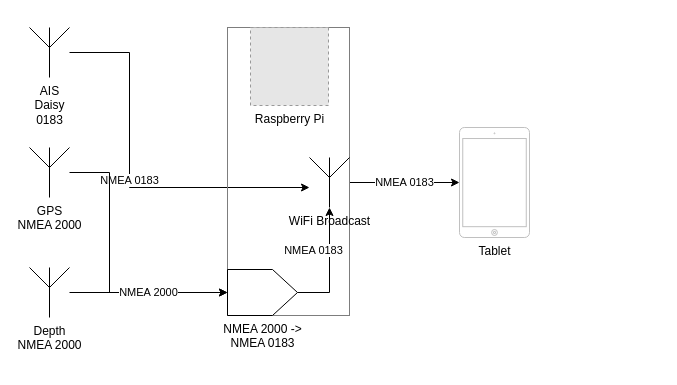
grevelle/BoatPi keeps this draw.io diagram as BoatPi.drawio. Above is the earlier version. Source tidied: cells renumbered, new cells numbered last; positions are measured from the earlier drawing's top-left corner, leaving out a move shared by most shapes. Both pictures are drawn from the tidied source at 100%, with x=0, y=0 at pixel (29, 27). Pictures stored in the file or linked from it are replaced by grey dashed boxes.
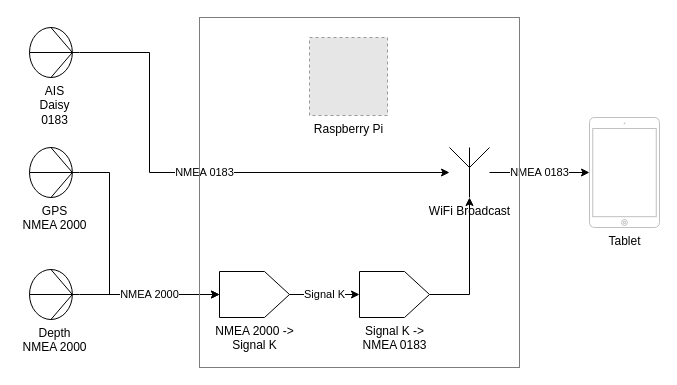
The same diagram, later.

What changed in the source:
```diff
@@
     <mxCell id="2" value="NMEA 0183" style="edgeStyle=orthogonalEdgeStyle;rounded=0;jettySize=auto;html=1;" parent="1" edge="1" source="3" target="13">
       <mxGeometry relative="1" as="geometry">
         <Array as="points">
-          <mxPoint x="100" y="25" />
-          <mxPoint x="100" y="160" />
+          <mxPoint x="120" y="25" />
+          <mxPoint x="120" y="145" />
         </Array>
       </mxGeometry>
     </mxCell>
-    <mxCell id="3" value="AIS&lt;br&gt;Daisy&lt;br&gt;0183&lt;br&gt;" style="verticalLabelPosition=bottom;shadow=0;dashed=0;align=center;html=1;verticalAlign=top;shape=mxgraph.electrical.radio.aerial_-_antenna_1;" parent="1" vertex="1">
-      <mxGeometry width="40" height="50" as="geometry" />
+    <mxCell id="3" value="AIS&lt;br&gt;Daisy&lt;br&gt;0183&lt;br&gt;" style="verticalLabelPosition=bottom;shadow=0;dashed=0;align=center;html=1;verticalAlign=top;shape=mxgraph.electrical.miscellaneous.transducer;fontFamily=Helvetica;fontSize=12;fontColor=#000000;strokeColor=#000000;fillColor=#ffffff;" parent="1" vertex="1">
+      <mxGeometry width="50" height="50" as="geometry" />
     </mxCell>
     <mxCell id="4" style="edgeStyle=orthogonalEdgeStyle;rounded=0;jettySize=auto;html=1;entryX=0;entryY=0.5;entryDx=0;entryDy=0;entryPerimeter=0;" parent="1" edge="1" source="5" target="12">
       <mxGeometry relative="1" as="geometry">
         <Array as="points">
           <mxPoint x="80" y="145" />
-          <mxPoint x="80" y="265" />
+          <mxPoint x="80" y="267" />
         </Array>
       </mxGeometry>
     </mxCell>
-    <mxCell id="5" value="GPS&lt;br&gt;NMEA 2000" style="verticalLabelPosition=bottom;shadow=0;dashed=0;align=center;html=1;verticalAlign=top;shape=mxgraph.electrical.radio.aerial_-_antenna_1;" parent="1" vertex="1">
-      <mxGeometry y="120" width="40" height="50" as="geometry" />
+    <mxCell id="5" value="GPS&lt;br&gt;NMEA 2000" style="verticalLabelPosition=bottom;shadow=0;dashed=0;align=center;html=1;verticalAlign=top;shape=mxgraph.electrical.miscellaneous.transducer;fontFamily=Helvetica;fontSize=12;fontColor=#000000;strokeColor=#000000;fillColor=#ffffff;" parent="1" vertex="1">
+      <mxGeometry y="120" width="50" height="50" as="geometry" />
     </mxCell>
-    <mxCell id="6" value="NMEA 2000" style="edgeStyle=orthogonalEdgeStyle;rounded=0;jettySize=auto;html=1;entryX=0;entryY=0.5;entryDx=0;entryDy=0;entryPerimeter=0;" parent="1" edge="1" source="7" target="12">
+    <mxCell id="6" value="NMEA 2000" style="edgeStyle=orthogonalEdgeStyle;rounded=0;jettySize=auto;html=1;" parent="1" edge="1" source="7" target="12">
       <mxGeometry relative="1" as="geometry" />
     </mxCell>
-    <mxCell id="7" value="Depth&lt;br&gt;NMEA 2000" style="verticalLabelPosition=bottom;shadow=0;dashed=0;align=center;html=1;verticalAlign=top;shape=mxgraph.electrical.radio.aerial_-_antenna_1;" parent="1" vertex="1">
-      <mxGeometry y="240" width="40" height="50" as="geometry" />
+    <mxCell id="7" value="Depth&lt;br&gt;NMEA 2000" style="verticalLabelPosition=bottom;shadow=0;dashed=0;align=center;html=1;verticalAlign=top;shape=mxgraph.electrical.miscellaneous.transducer;fontFamily=Helvetica;fontSize=12;fontColor=#000000;strokeColor=#000000;fillColor=#ffffff;" parent="1" vertex="1">
+      <mxGeometry y="242" width="50" height="50" as="geometry" />
     </mxCell>
     <mxCell id="8" value="Tablet" style="html=1;verticalLabelPosition=bottom;labelBackgroundColor=#ffffff;verticalAlign=top;shadow=0;dashed=0;strokeWidth=1;shape=mxgraph.ios7.misc.ipad7inch;strokeColor=#c0c0c0;" parent="1" vertex="1">
-      <mxGeometry x="430" y="100" width="70" height="110" as="geometry" />
+      <mxGeometry x="560" y="90" width="70" height="110" as="geometry" />
     </mxCell>
@@
     <mxCell id="10" style="group;strokeColor=#7D7D7D;" parent="1" vertex="1">
-      <mxGeometry x="198" width="122" height="288" as="geometry" />
+      <mxGeometry x="170" y="-10" width="320" height="350" as="geometry" />
     </mxCell>
-    <mxCell id="11" value="Raspberry Pi" style="fillColor=#E6E6E6;strokeColor=#999999;dashed=1;html=1;verticalAlign=top;verticalLabelPosition=bottom;labelBackgroundColor=#ffffff;" parent="10" vertex="1">
-      <mxGeometry x="23" width="78" height="78" as="geometry" />
+    <mxCell id="11" value="Raspberry Pi" style="fillColor=#E6E6E6;strokeColor=#999999;dashed=1;html=1;verticalAlign=top;verticalLabelPosition=bottom;labelBackgroundColor=#ffffff;" parent="1" vertex="1">
+      <mxGeometry x="280" y="10" width="78" height="78" as="geometry" />
     </mxCell>
-    <mxCell id="12" value="NMEA 2000 -&amp;gt;&lt;br&gt;NMEA 0183" style="verticalLabelPosition=bottom;shadow=0;dashed=0;align=center;html=1;verticalAlign=top;shape=mxgraph.electrical.abstract.dac;" parent="10" vertex="1">
-      <mxGeometry y="242" width="70" height="46" as="geometry" />
+    <mxCell id="12" value="NMEA 2000 -&amp;gt;&lt;br&gt;Signal K" style="verticalLabelPosition=bottom;shadow=0;dashed=0;align=center;html=1;verticalAlign=top;shape=mxgraph.electrical.abstract.dac;" parent="1" vertex="1">
+      <mxGeometry x="190" y="244" width="70" height="46" as="geometry" />
     </mxCell>
-    <mxCell id="13" value="WiFi Broadcast" style="verticalLabelPosition=bottom;shadow=0;dashed=0;align=center;html=1;verticalAlign=top;shape=mxgraph.electrical.radio.aerial_-_antenna_1;" parent="10" vertex="1">
-      <mxGeometry x="82" y="130" width="40" height="50" as="geometry" />
+    <mxCell id="13" value="WiFi Broadcast" style="verticalLabelPosition=bottom;shadow=0;dashed=0;align=center;html=1;verticalAlign=top;shape=mxgraph.electrical.radio.aerial_-_antenna_1;" parent="1" vertex="1">
+      <mxGeometry x="420" y="120" width="40" height="50" as="geometry" />
     </mxCell>
-    <mxCell id="14" value="NMEA 0183" style="edgeStyle=orthogonalEdgeStyle;rounded=0;jettySize=auto;html=1;" parent="10" edge="1" source="12" target="13">
-      <mxGeometry x="220" y="80" as="geometry" />
+    <mxCell id="14" value="Signal K" style="edgeStyle=orthogonalEdgeStyle;rounded=0;jettySize=auto;html=1;entryX=0;entryY=0.5;entryDx=0;entryDy=0;entryPerimeter=0;" parent="1" edge="1" source="12" target="16">
+      <mxGeometry x="448" y="100" as="geometry" />
     </mxCell>
+    <mxCell id="15" style="edgeStyle=orthogonalEdgeStyle;rounded=0;jettySize=auto;html=1;" parent="1" edge="1" source="16" target="13">
+      <mxGeometry relative="1" as="geometry" />
+    </mxCell>
+    <mxCell id="16" value="Signal K -&amp;gt;&lt;br&gt;NMEA 0183" style="verticalLabelPosition=bottom;shadow=0;dashed=0;align=center;html=1;verticalAlign=top;shape=mxgraph.electrical.abstract.dac;" parent="1" vertex="1">
+      <mxGeometry x="330" y="244" width="70" height="46" as="geometry" />
+    </mxCell>
```
